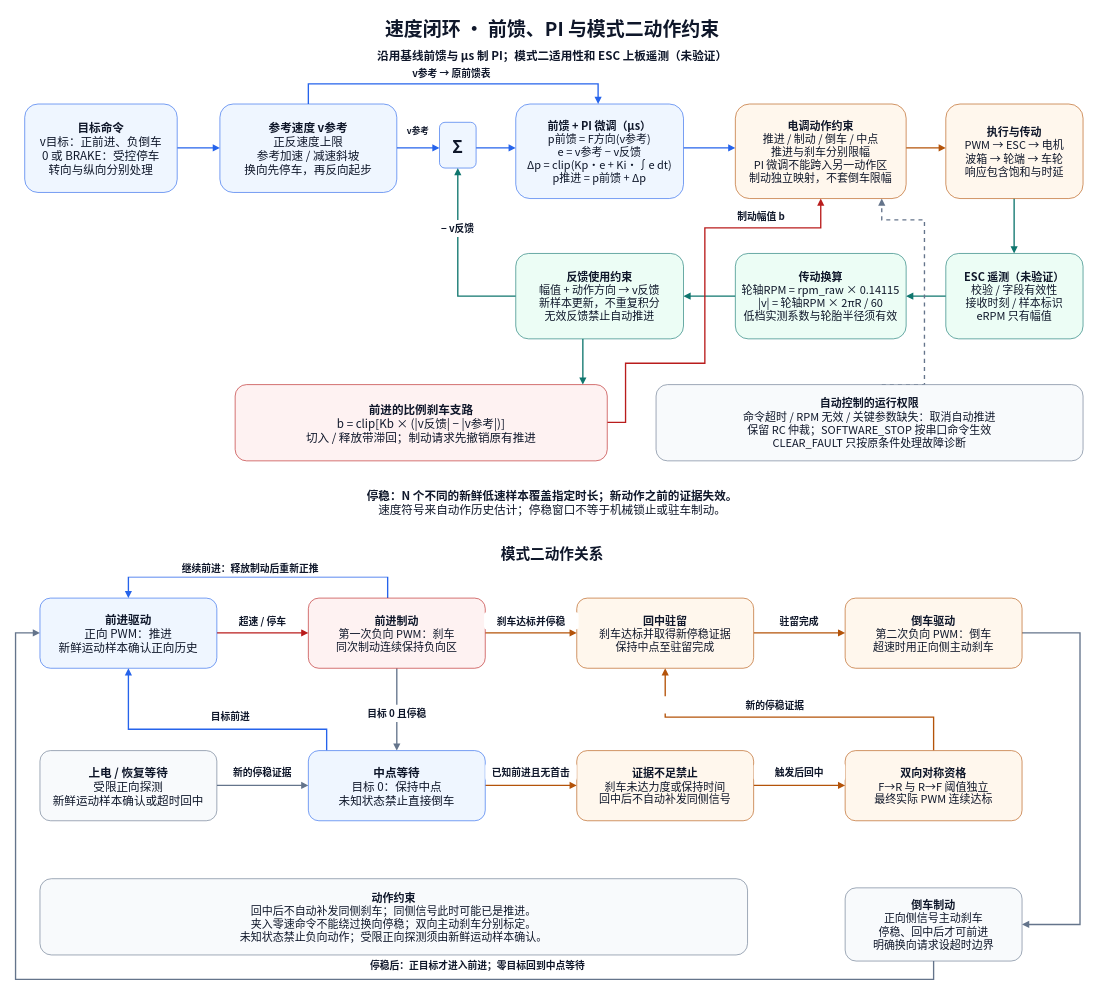
Before: page "02 速度闭环与模式二动作" (2 of 2) of docs/diagrams/chassis.drawio in XM-LEES/RCCar-Firmware, a draw.io diagram. Source tidied: cells renumbered, new cells numbered last; positions are measured from the earlier drawing's top-left corner, leaving out a move shared by most shapes. Both pictures are drawn from the tidied source at 61%, with x=0, y=0 at pixel (15, 10).
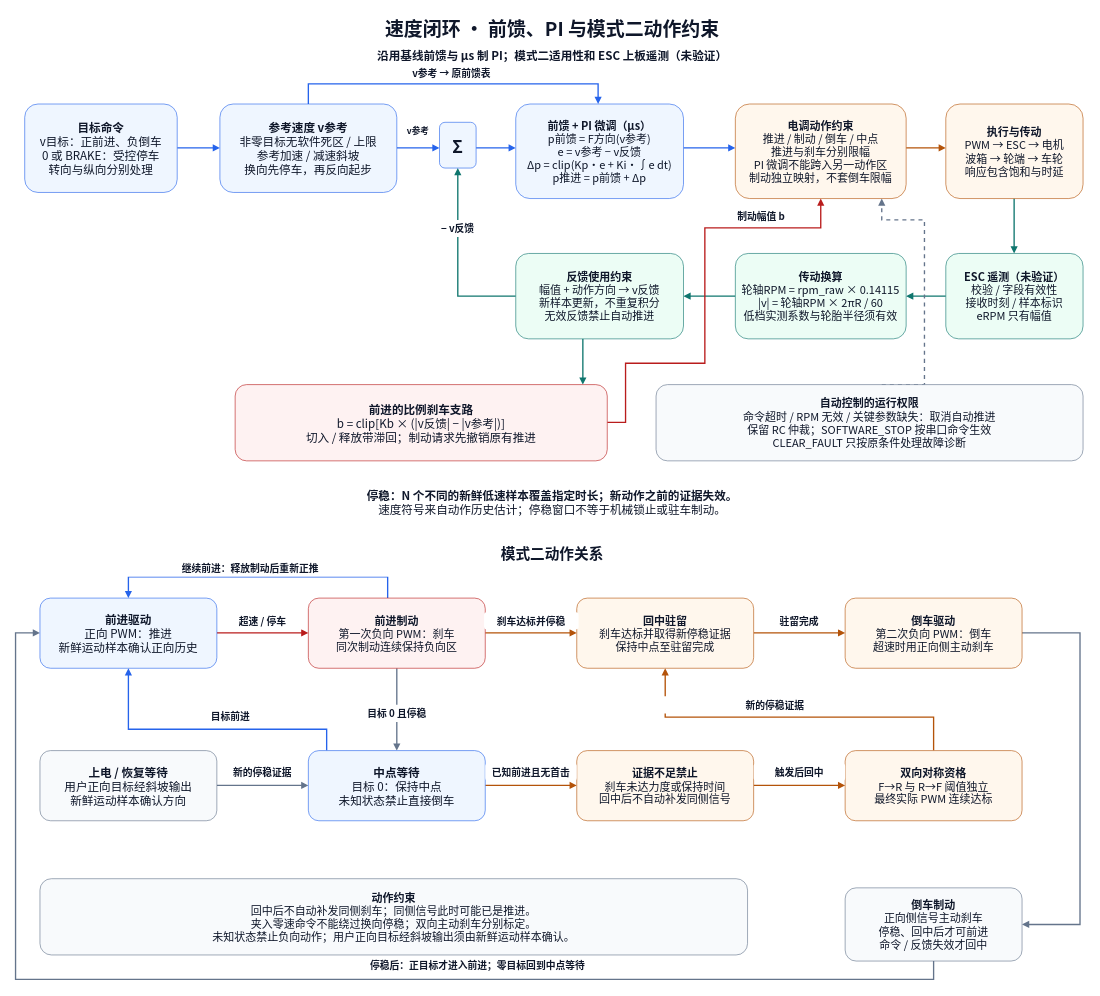
After the change.

Diff of the diagram source:
```diff
@@
-    <mxCell id="30" value="&lt;b&gt;参考速度 v参考&lt;/b&gt;&lt;br&gt;正反速度上限&lt;br&gt;参考加速 / 减速斜坡&lt;br&gt;换向先停车，再反向起步" style="rounded=1;whiteSpace=wrap;html=1;fontFamily=Noto Sans CJK SC;fontSize=19;fontColor=#0f172a;fillColor=#eff6ff;strokeColor=#2563eb;spacing=8;" parent="1" vertex="1">
+    <mxCell id="30" value="&lt;b&gt;参考速度 v参考&lt;/b&gt;&lt;br&gt;非零目标无软件死区 / 上限&lt;br&gt;参考加速 / 减速斜坡&lt;br&gt;换向先停车，再反向起步" style="rounded=1;whiteSpace=wrap;html=1;fontFamily=Noto Sans CJK SC;fontSize=19;fontColor=#0f172a;fillColor=#eff6ff;strokeColor=#2563eb;spacing=8;" parent="1" vertex="1">
       <mxGeometry x="335" y="153" width="290" height="145" as="geometry" />
     </mxCell>
@@
-    <mxCell id="50" value="&lt;b&gt;上电 / 恢复等待&lt;/b&gt;&lt;br&gt;受限正向探测&lt;br&gt;新鲜运动样本确认或超时回中" style="rounded=1;whiteSpace=wrap;html=1;fontFamily=Noto Sans CJK SC;fontSize=19;fontColor=#0f172a;fillColor=#f8fafc;strokeColor=#64748b;spacing=8;" parent="1" vertex="1">
+    <mxCell id="50" value="&lt;b&gt;上电 / 恢复等待&lt;/b&gt;&lt;br&gt;用户正向目标经斜坡输出&lt;br&gt;新鲜运动样本确认方向" style="rounded=1;whiteSpace=wrap;html=1;fontFamily=Noto Sans CJK SC;fontSize=19;fontColor=#0f172a;fillColor=#f8fafc;strokeColor=#64748b;spacing=8;" parent="1" vertex="1">
       <mxGeometry x="40" y="1213" width="290" height="115" as="geometry" />
     </mxCell>
@@
-    <mxCell id="54" value="&lt;b&gt;倒车制动&lt;/b&gt;&lt;br&gt;正向侧信号主动刹车&lt;br&gt;停稳、回中后才可前进&lt;br&gt;明确换向请求设超时边界" style="rounded=1;whiteSpace=wrap;html=1;fontFamily=Noto Sans CJK SC;fontSize=18;fontColor=#0f172a;fillColor=#f8fafc;strokeColor=#64748b;spacing=8;" parent="1" vertex="1">
+    <mxCell id="54" value="&lt;b&gt;倒车制动&lt;/b&gt;&lt;br&gt;正向侧信号主动刹车&lt;br&gt;停稳、回中后才可前进&lt;br&gt;命令 / 反馈失效才回中" style="rounded=1;whiteSpace=wrap;html=1;fontFamily=Noto Sans CJK SC;fontSize=18;fontColor=#0f172a;fillColor=#f8fafc;strokeColor=#64748b;spacing=8;" parent="1" vertex="1">
       <mxGeometry x="1360" y="1438" width="290" height="120" as="geometry" />
     </mxCell>
-    <mxCell id="55" value="&lt;b&gt;动作约束&lt;/b&gt;&lt;br&gt;回中后不自动补发同侧刹车；同侧信号此时可能已是推进。&lt;br&gt;夹入零速命令不能绕过换向停稳；双向主动刹车分别标定。&lt;br&gt;未知状态禁止负向动作；受限正向探测须由新鲜运动样本确认。" style="rounded=1;whiteSpace=wrap;html=1;fontFamily=Noto Sans CJK SC;fontSize=18;fontColor=#0f172a;fillColor=#f8fafc;strokeColor=#64748b;spacing=8;" parent="1" vertex="1">
+    <mxCell id="55" value="&lt;b&gt;动作约束&lt;/b&gt;&lt;br&gt;回中后不自动补发同侧刹车；同侧信号此时可能已是推进。&lt;br&gt;夹入零速命令不能绕过换向停稳；双向主动刹车分别标定。&lt;br&gt;未知状态禁止负向动作；用户正向目标经斜坡输出须由新鲜运动样本确认。" style="rounded=1;whiteSpace=wrap;html=1;fontFamily=Noto Sans CJK SC;fontSize=18;fontColor=#0f172a;fillColor=#f8fafc;strokeColor=#64748b;spacing=8;" parent="1" vertex="1">
       <mxGeometry x="40" y="1423" width="1160" height="125" as="geometry" />
     </mxCell>
```
